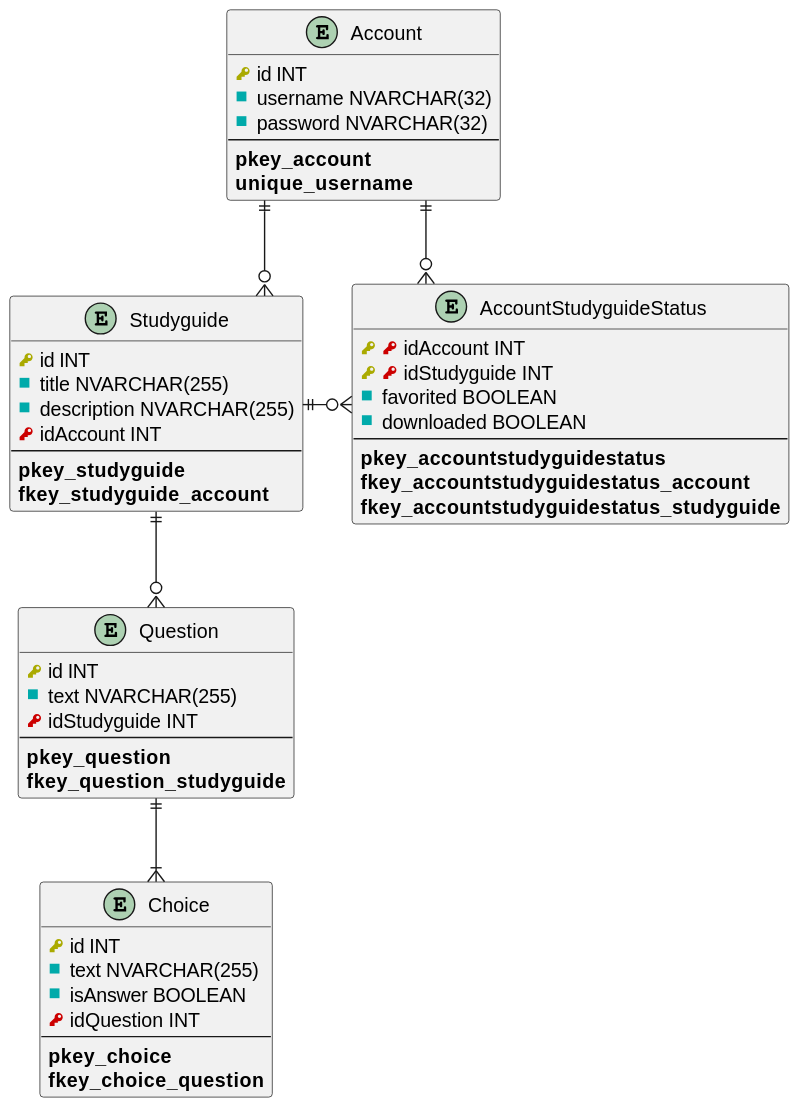
The PlantUML diagram docs/schema diagram.svg in Kirya-D/StudyGroup, before a commit.
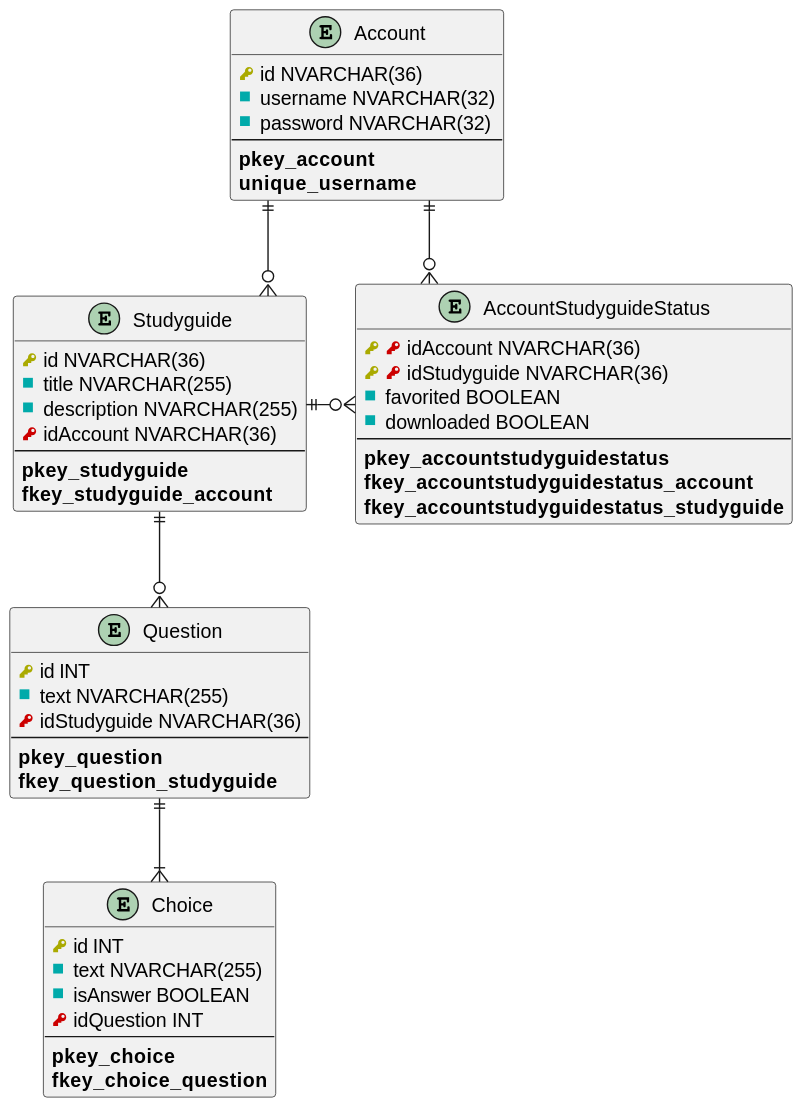
After the commit.

Change to the diagram source:
```diff
@@ -6,7 +6,7 @@
 !define INDEX(name) <b>name</b>
 
 entity "Account" {
-    Pkey id INT
+    Pkey id NVARCHAR(36)
     Column username NVARCHAR(32)
     Column password NVARCHAR(32)
     --
@@ -15,8 +15,8 @@
 }
 
 entity "AccountStudyguideStatus" {
-    Pkey Fkey idAccount INT
-    Pkey Fkey idStudyguide INT
+    Pkey Fkey idAccount NVARCHAR(36)
+    Pkey Fkey idStudyguide NVARCHAR(36)
     Column favorited BOOLEAN
     Column downloaded BOOLEAN
     --
@@ -26,10 +26,10 @@
 }
 
 entity "Studyguide" {
-    Pkey id INT
+    Pkey id NVARCHAR(36)
     Column title NVARCHAR(255)
     Column description NVARCHAR(255)
-    Fkey idAccount INT
+    Fkey idAccount NVARCHAR(36)
     --
     INDEX(pkey_studyguide)
     INDEX(fkey_studyguide_account)
@@ -38,7 +38,7 @@
 entity "Question" {
     Pkey id INT
     Column text NVARCHAR(255)
-    Fkey idStudyguide INT
+    Fkey idStudyguide NVARCHAR(36)
     --
     INDEX(pkey_question)
     INDEX(fkey_question_studyguide)
```
